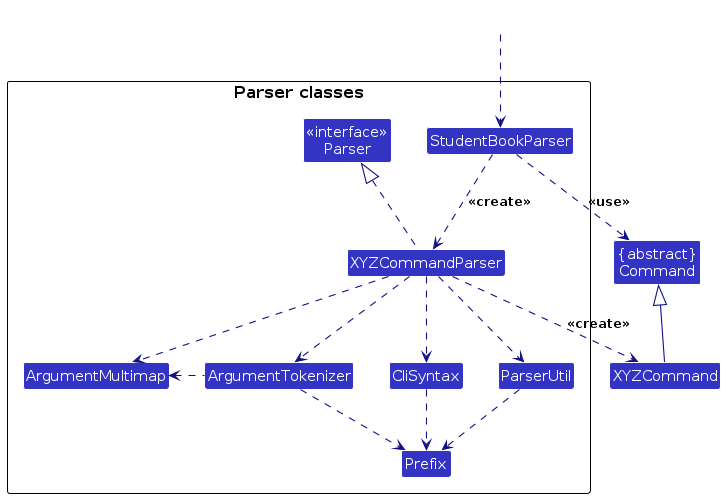
CJBuzz/tp keeps this PlantUML diagram as diagrams/ParserClasses.png. Above is the earlier version. Its source is kept beside it as diagrams/ParserClasses.puml.
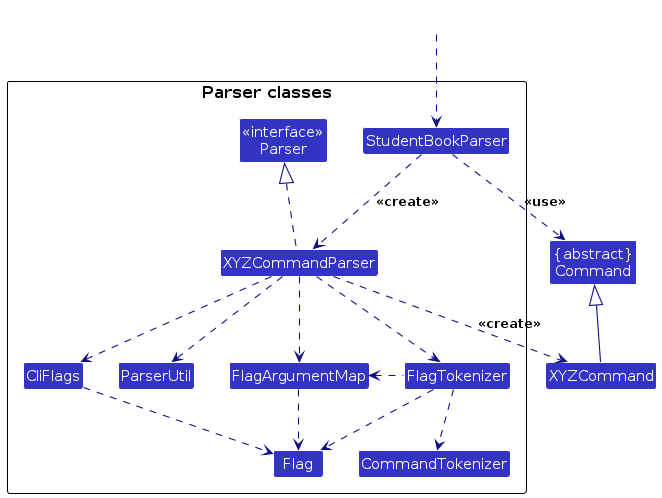
The same file after the commit.

The edit, as a diff of the source:
```diff
@@ -11,11 +11,12 @@
 Class "<<interface>>\nParser" as Parser
 Class StudentBookParser
 Class XYZCommandParser
-Class CliSyntax
+Class CliFlags
 Class ParserUtil
-Class ArgumentMultimap
-Class ArgumentTokenizer
-Class Prefix
+Class FlagArgumentMap
+Class FlagTokenizer
+Class CommandTokenizer
+Class Flag
 }
 
 Class HiddenOutside #FFFFFF
@@ -26,13 +27,14 @@
 XYZCommandParser ..> XYZCommand : <<create>>
 StudentBookParser ..> Command : <<use>>
 XYZCommandParser .up.|> Parser
-XYZCommandParser ..> ArgumentMultimap
-XYZCommandParser ..> ArgumentTokenizer
-ArgumentTokenizer .left.> ArgumentMultimap
-XYZCommandParser ..> CliSyntax
-CliSyntax ..> Prefix
+XYZCommandParser ..> FlagArgumentMap
+XYZCommandParser ..> FlagTokenizer
+FlagTokenizer .left.> FlagArgumentMap
+FlagTokenizer ..> CommandTokenizer
+XYZCommandParser ..> CliFlags
+CliFlags ..> Flag
 XYZCommandParser ..> ParserUtil
-ParserUtil .down.> Prefix
-ArgumentTokenizer .down.> Prefix
+FlagArgumentMap .down.> Flag
+FlagTokenizer .down.> Flag
 XYZCommand -up-|> Command
 @enduml
```
